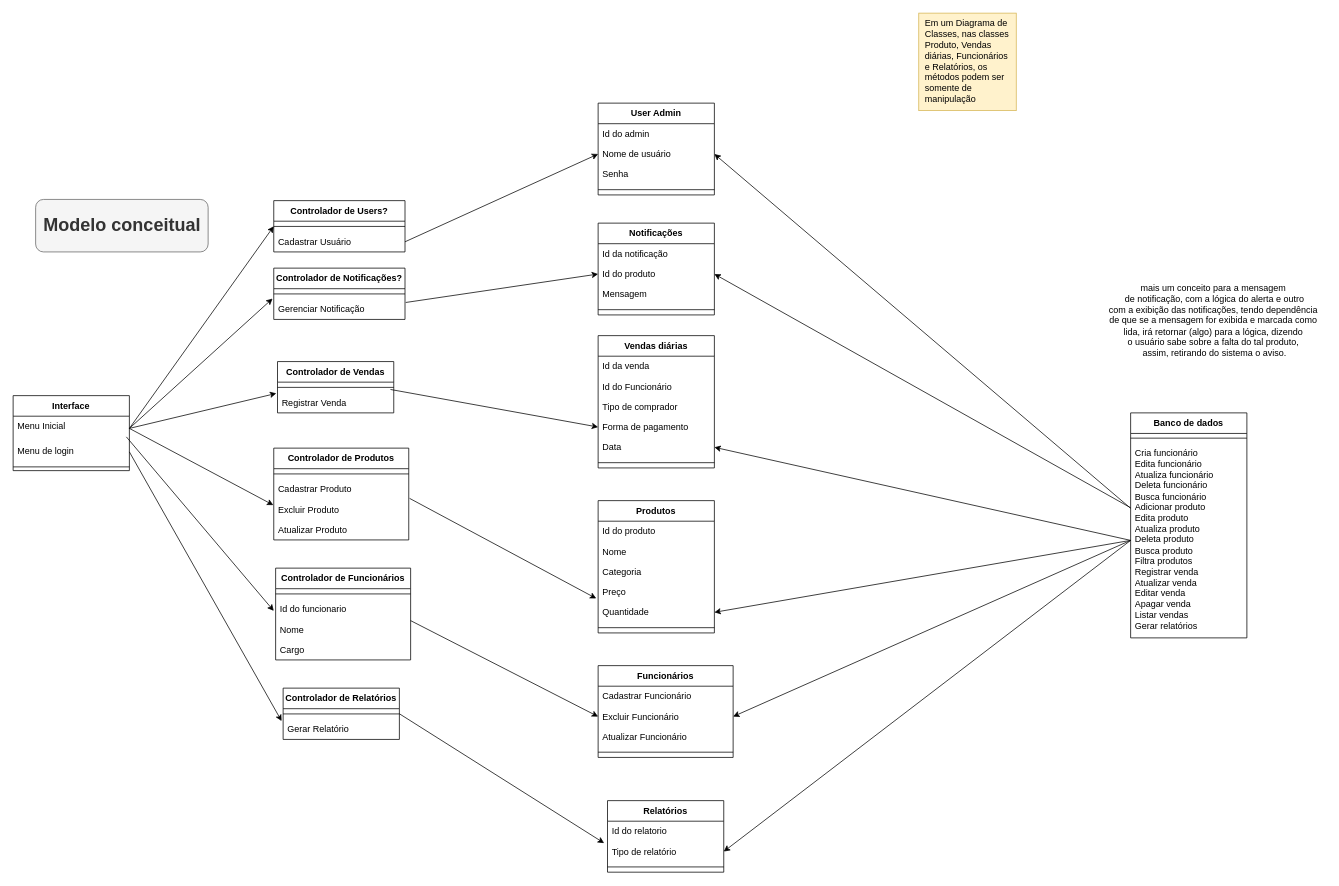
Earlier version of the draw.io diagram ModeloConceitual.drawio (belleruivo/cantina-fatore). Source tidied: cells renumbered, new cells numbered last; positions are measured from the earlier drawing's top-left corner, leaving out a move shared by most shapes. Both pictures are drawn from the tidied source at 75%, with x=0, y=0 at pixel (13, 13).
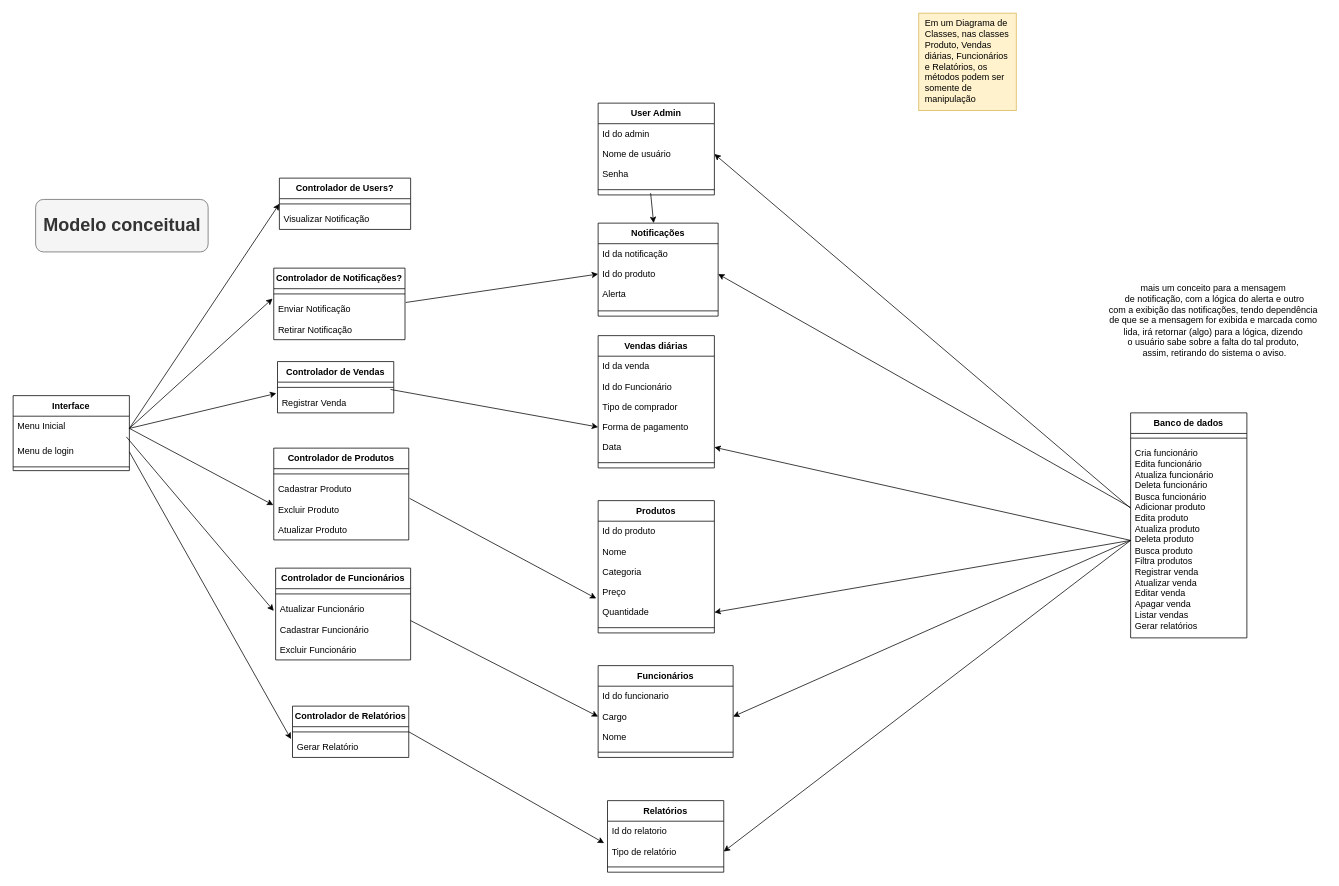
Above is the later version.

Unchanged cells that the change refers to:
```xml
<mxCell id="4" value="Cria funcionário&lt;div&gt;Edita funcionário&lt;/div&gt;&lt;div&gt;Atualiza funcionário&lt;/div&gt;&lt;div&gt;Deleta funcionário&lt;/div&gt;&lt;div&gt;Busca funcionário&lt;/div&gt;&lt;div&gt;Adicionar produto&lt;/div&gt;&lt;div&gt;Edita produto&lt;/div&gt;&lt;div&gt;Atualiza produto&lt;/div&gt;&lt;div&gt;Deleta produto&lt;/div&gt;&lt;div&gt;Busca produto&lt;/div&gt;&lt;div&gt;Filtra produtos&lt;/div&gt;&lt;div&gt;Registrar venda&lt;/div&gt;&lt;div&gt;Atualizar venda&lt;/div&gt;&lt;div&gt;Editar venda&lt;/div&gt;&lt;div&gt;Apagar venda&lt;/div&gt;&lt;div&gt;Listar vendas&lt;/div&gt;&lt;div&gt;Gerar relatórios&lt;/div&gt;" style="text;strokeColor=none;fillColor=none;align=left;verticalAlign=top;spacingLeft=4;spacingRight=4;overflow=hidden;points=[[0,0.5],[1,0.5]];portConstraint=eastwest;whiteSpace=wrap;html=1;" parent="2" vertex="1">
  <mxGeometry y="40" width="155" height="260" as="geometry" />
</mxCell>
<mxCell id="7" value="Nome de usuário" style="text;strokeColor=none;fillColor=none;align=left;verticalAlign=top;spacingLeft=4;spacingRight=4;overflow=hidden;points=[[0,0.5],[1,0.5]];portConstraint=eastwest;" parent="5" vertex="1">
  <mxGeometry y="54.4" width="155" height="27" as="geometry" />
</mxCell>
<mxCell id="38" value="Controlador de Funcionários" style="swimlane;fontStyle=1;align=center;verticalAlign=top;horizontal=1;startSize=27.428571428571427;" parent="1" vertex="1">
  <mxGeometry x="350" y="740" width="180" height="122.4" as="geometry" />
</mxCell>
```

Diff of the diagram source:
```diff
@@
     <mxCell id="21" value="Notificações" style="swimlane;fontStyle=1;align=center;verticalAlign=top;horizontal=1;startSize=27.428571428571427;" parent="1" vertex="1">
-      <mxGeometry x="780" y="280" width="155" height="122.4" as="geometry" />
+      <mxGeometry x="780" y="280" width="160" height="124" as="geometry" />
     </mxCell>
     <mxCell id="22" value="Id da notificação" style="text;strokeColor=none;fillColor=none;align=left;verticalAlign=top;spacingLeft=4;spacingRight=4;overflow=hidden;" parent="21" vertex="1">
-      <mxGeometry y="27.4" width="155" height="27" as="geometry" />
+      <mxGeometry y="27.4" width="160" height="27" as="geometry" />
     </mxCell>
     <mxCell id="23" value="Id do produto" style="text;strokeColor=none;fillColor=none;align=left;verticalAlign=top;spacingLeft=4;spacingRight=4;overflow=hidden;points=[[0,0.5],[1,0.5]];portConstraint=eastwest;" parent="21" vertex="1">
-      <mxGeometry y="54.4" width="155" height="27" as="geometry" />
+      <mxGeometry y="54.4" width="160" height="27" as="geometry" />
     </mxCell>
-    <mxCell id="24" value="Mensagem" style="text;strokeColor=none;fillColor=none;align=left;verticalAlign=top;spacingLeft=4;spacingRight=4;overflow=hidden;" parent="21" vertex="1">
-      <mxGeometry y="81.4" width="155" height="27" as="geometry" />
+    <mxCell id="24" value="Alerta" style="text;strokeColor=none;fillColor=none;align=left;verticalAlign=top;spacingLeft=4;spacingRight=4;overflow=hidden;" parent="21" vertex="1">
+      <mxGeometry y="81.4" width="160" height="28.6" as="geometry" />
     </mxCell>
     <mxCell id="25" style="line;strokeWidth=1;fillColor=none;align=left;verticalAlign=middle;spacingTop=-1;spacingLeft=3;spacingRight=3;labelPosition=right;strokeColor=inherit;" parent="21" vertex="1">
-      <mxGeometry y="108.4" width="155" height="14" as="geometry" />
+      <mxGeometry y="110" width="160" height="14" as="geometry" />
     </mxCell>
@@
-    <mxCell id="40" value="Id do funcionario" style="text;strokeColor=none;fillColor=none;align=left;verticalAlign=top;spacingLeft=4;spacingRight=4;overflow=hidden;" parent="38" vertex="1">
-      <mxGeometry y="41.4" width="180" height="27" as="geometry" />
-    </mxCell>
-    <mxCell id="41" value="Nome" style="text;strokeColor=none;fillColor=none;align=left;verticalAlign=top;spacingLeft=4;spacingRight=4;overflow=hidden;" parent="38" vertex="1">
-      <mxGeometry y="68.4" width="180" height="27" as="geometry" />
-    </mxCell>
-    <mxCell id="42" value="Cargo" style="text;strokeColor=none;fillColor=none;align=left;verticalAlign=top;spacingLeft=4;spacingRight=4;overflow=hidden;points=[[0,0.5],[1,0.5]];portConstraint=eastwest;" parent="38" vertex="1">
-      <mxGeometry y="95.4" width="180" height="27" as="geometry" />
-    </mxCell>
-    <mxCell id="43" value="Funcionários" style="swimlane;fontStyle=1;align=center;verticalAlign=top;horizontal=1;startSize=27.428571428571427;" parent="1" vertex="1">
-      <mxGeometry x="780" y="870" width="180" height="122.4" as="geometry" />
-    </mxCell>
+    <mxCell id="46" value="Atualizar Funcionário" style="text;strokeColor=none;fillColor=none;align=left;verticalAlign=top;spacingLeft=4;spacingRight=4;overflow=hidden;" parent="38" vertex="1">
+      <mxGeometry y="41.4" width="180" height="27" as="geometry" />
+    </mxCell>
-    <mxCell id="44" value="Cadastrar Funcionário" style="text;strokeColor=none;fillColor=none;align=left;verticalAlign=top;spacingLeft=4;spacingRight=4;overflow=hidden;" parent="43" vertex="1">
-      <mxGeometry y="27.4" width="180" height="27" as="geometry" />
+    <mxCell id="44" value="Cadastrar Funcionário" style="text;strokeColor=none;fillColor=none;align=left;verticalAlign=top;spacingLeft=4;spacingRight=4;overflow=hidden;" parent="38" vertex="1">
+      <mxGeometry y="68.4" width="180" height="27" as="geometry" />
     </mxCell>
-    <mxCell id="45" value="Excluir Funcionário" style="text;strokeColor=none;fillColor=none;align=left;verticalAlign=top;spacingLeft=4;spacingRight=4;overflow=hidden;points=[[0,0.5],[1,0.5]];portConstraint=eastwest;" parent="43" vertex="1">
-      <mxGeometry y="54.4" width="180" height="27" as="geometry" />
+    <mxCell id="45" value="Excluir Funcionário" style="text;strokeColor=none;fillColor=none;align=left;verticalAlign=top;spacingLeft=4;spacingRight=4;overflow=hidden;points=[[0,0.5],[1,0.5]];portConstraint=eastwest;" parent="38" vertex="1">
+      <mxGeometry y="95.4" width="180" height="27" as="geometry" />
     </mxCell>
-    <mxCell id="46" value="Atualizar Funcionário" style="text;strokeColor=none;fillColor=none;align=left;verticalAlign=top;spacingLeft=4;spacingRight=4;overflow=hidden;" parent="43" vertex="1">
-      <mxGeometry y="81.4" width="180" height="27" as="geometry" />
-    </mxCell>
+    <mxCell id="43" value="Funcionários" style="swimlane;fontStyle=1;align=center;verticalAlign=top;horizontal=1;startSize=27.428571428571427;" parent="1" vertex="1">
+      <mxGeometry x="780" y="870" width="180" height="122.4" as="geometry" />
+    </mxCell>
+    <mxCell id="40" value="Id do funcionario" style="text;strokeColor=none;fillColor=none;align=left;verticalAlign=top;spacingLeft=4;spacingRight=4;overflow=hidden;" parent="43" vertex="1">
+      <mxGeometry y="27.4" width="180" height="27" as="geometry" />
+    </mxCell>
+    <mxCell id="42" value="Cargo" style="text;strokeColor=none;fillColor=none;align=left;verticalAlign=top;spacingLeft=4;spacingRight=4;overflow=hidden;points=[[0,0.5],[1,0.5]];portConstraint=eastwest;" parent="43" vertex="1">
+      <mxGeometry y="54.4" width="180" height="27" as="geometry" />
+    </mxCell>
+    <mxCell id="41" value="Nome" style="text;strokeColor=none;fillColor=none;align=left;verticalAlign=top;spacingLeft=4;spacingRight=4;overflow=hidden;" parent="43" vertex="1">
+      <mxGeometry y="81.4" width="180" height="27" as="geometry" />
+    </mxCell>
@@
-    <mxCell id="50" style="endArrow=classic;html=1;rounded=0;exitX=0;exitY=0.5;exitDx=0;exitDy=0;entryX=1;entryY=0.5;entryDx=0;entryDy=0;" parent="1" edge="1" source="4" target="45">
+    <mxCell id="50" style="endArrow=classic;html=1;rounded=0;exitX=0;exitY=0.5;exitDx=0;exitDy=0;entryX=1;entryY=0.5;entryDx=0;entryDy=0;" parent="1" edge="1" source="4" target="42">
       <mxGeometry relative="1" as="geometry" />
     </mxCell>
-    <mxCell id="51" style="endArrow=classic;html=1;rounded=0;entryX=0;entryY=0.5;entryDx=0;entryDy=0;" parent="1" edge="1" target="45">
+    <mxCell id="51" style="endArrow=classic;html=1;rounded=0;entryX=0;entryY=0.5;entryDx=0;entryDy=0;" parent="1" edge="1" target="42">
       <mxGeometry relative="1" as="geometry">
         <mxPoint x="530" y="810" as="sourcePoint" />
       </mxGeometry>
     </mxCell>
@@
     <mxCell id="67" value="Controlador de Relatórios" style="swimlane;fontStyle=1;align=center;verticalAlign=top;horizontal=1;startSize=27.428571428571427;" parent="1" vertex="1">
-      <mxGeometry x="360" y="900" width="155" height="68.4" as="geometry" />
+      <mxGeometry x="372.5" y="924" width="155" height="68.4" as="geometry" />
     </mxCell>
@@
     <mxCell id="72" value="Controlador de Notificações?" style="swimlane;fontStyle=1;align=center;verticalAlign=top;horizontal=1;startSize=27.428571428571427;" parent="1" vertex="1">
-      <mxGeometry x="347.5" y="340" width="175" height="68.4" as="geometry" />
+      <mxGeometry x="347.5" y="340" width="175" height="95.4" as="geometry" />
     </mxCell>
@@
-    <mxCell id="74" value="Gerenciar Notificação" style="text;strokeColor=none;fillColor=none;align=left;verticalAlign=top;spacingLeft=4;spacingRight=4;overflow=hidden;" parent="72" vertex="1">
+    <mxCell id="74" value="Enviar Notificação" style="text;strokeColor=none;fillColor=none;align=left;verticalAlign=top;spacingLeft=4;spacingRight=4;overflow=hidden;" parent="72" vertex="1">
       <mxGeometry y="41.4" width="175" height="27" as="geometry" />
     </mxCell>
+    <mxCell id="86" value="Retirar Notificação" style="text;strokeColor=none;fillColor=none;align=left;verticalAlign=top;spacingLeft=4;spacingRight=4;overflow=hidden;" parent="72" vertex="1">
+      <mxGeometry y="68.4" width="175" height="27" as="geometry" />
+    </mxCell>
     <mxCell id="75" value="Controlador de Users?" style="swimlane;fontStyle=1;align=center;verticalAlign=top;horizontal=1;startSize=27.428571428571427;" parent="1" vertex="1">
-      <mxGeometry x="347.5" y="250" width="175" height="68.4" as="geometry" />
+      <mxGeometry x="355" y="220" width="175" height="68.4" as="geometry" />
     </mxCell>
@@
-    <mxCell id="77" value="Cadastrar Usuário" style="text;strokeColor=none;fillColor=none;align=left;verticalAlign=top;spacingLeft=4;spacingRight=4;overflow=hidden;points=[[0,0.5],[1,0.5]];portConstraint=eastwest;" parent="75" vertex="1">
-      <mxGeometry y="41.4" width="175" height="27" as="geometry" />
-    </mxCell>
+    <mxCell id="87" value="Visualizar Notificação" style="text;strokeColor=none;fillColor=none;align=left;verticalAlign=top;spacingLeft=4;spacingRight=4;overflow=hidden;" parent="75" vertex="1">
+      <mxGeometry y="41.4" width="175" height="27" as="geometry" />
+    </mxCell>
@@
-    <mxCell id="85" style="endArrow=classic;html=1;rounded=0;exitX=1;exitY=0.5;exitDx=0;exitDy=0;entryX=0;entryY=0.5;entryDx=0;entryDy=0;" parent="1" edge="1" source="77" target="7">
-      <mxGeometry relative="1" as="geometry" />
+    <mxCell id="85" style="endArrow=classic;html=1;rounded=0;" parent="1" edge="1">
+      <mxGeometry relative="1" as="geometry">
+        <mxPoint x="850" y="240" as="sourcePoint" />
+        <mxPoint x="854" y="280" as="targetPoint" />
+      </mxGeometry>
     </mxCell>
```
